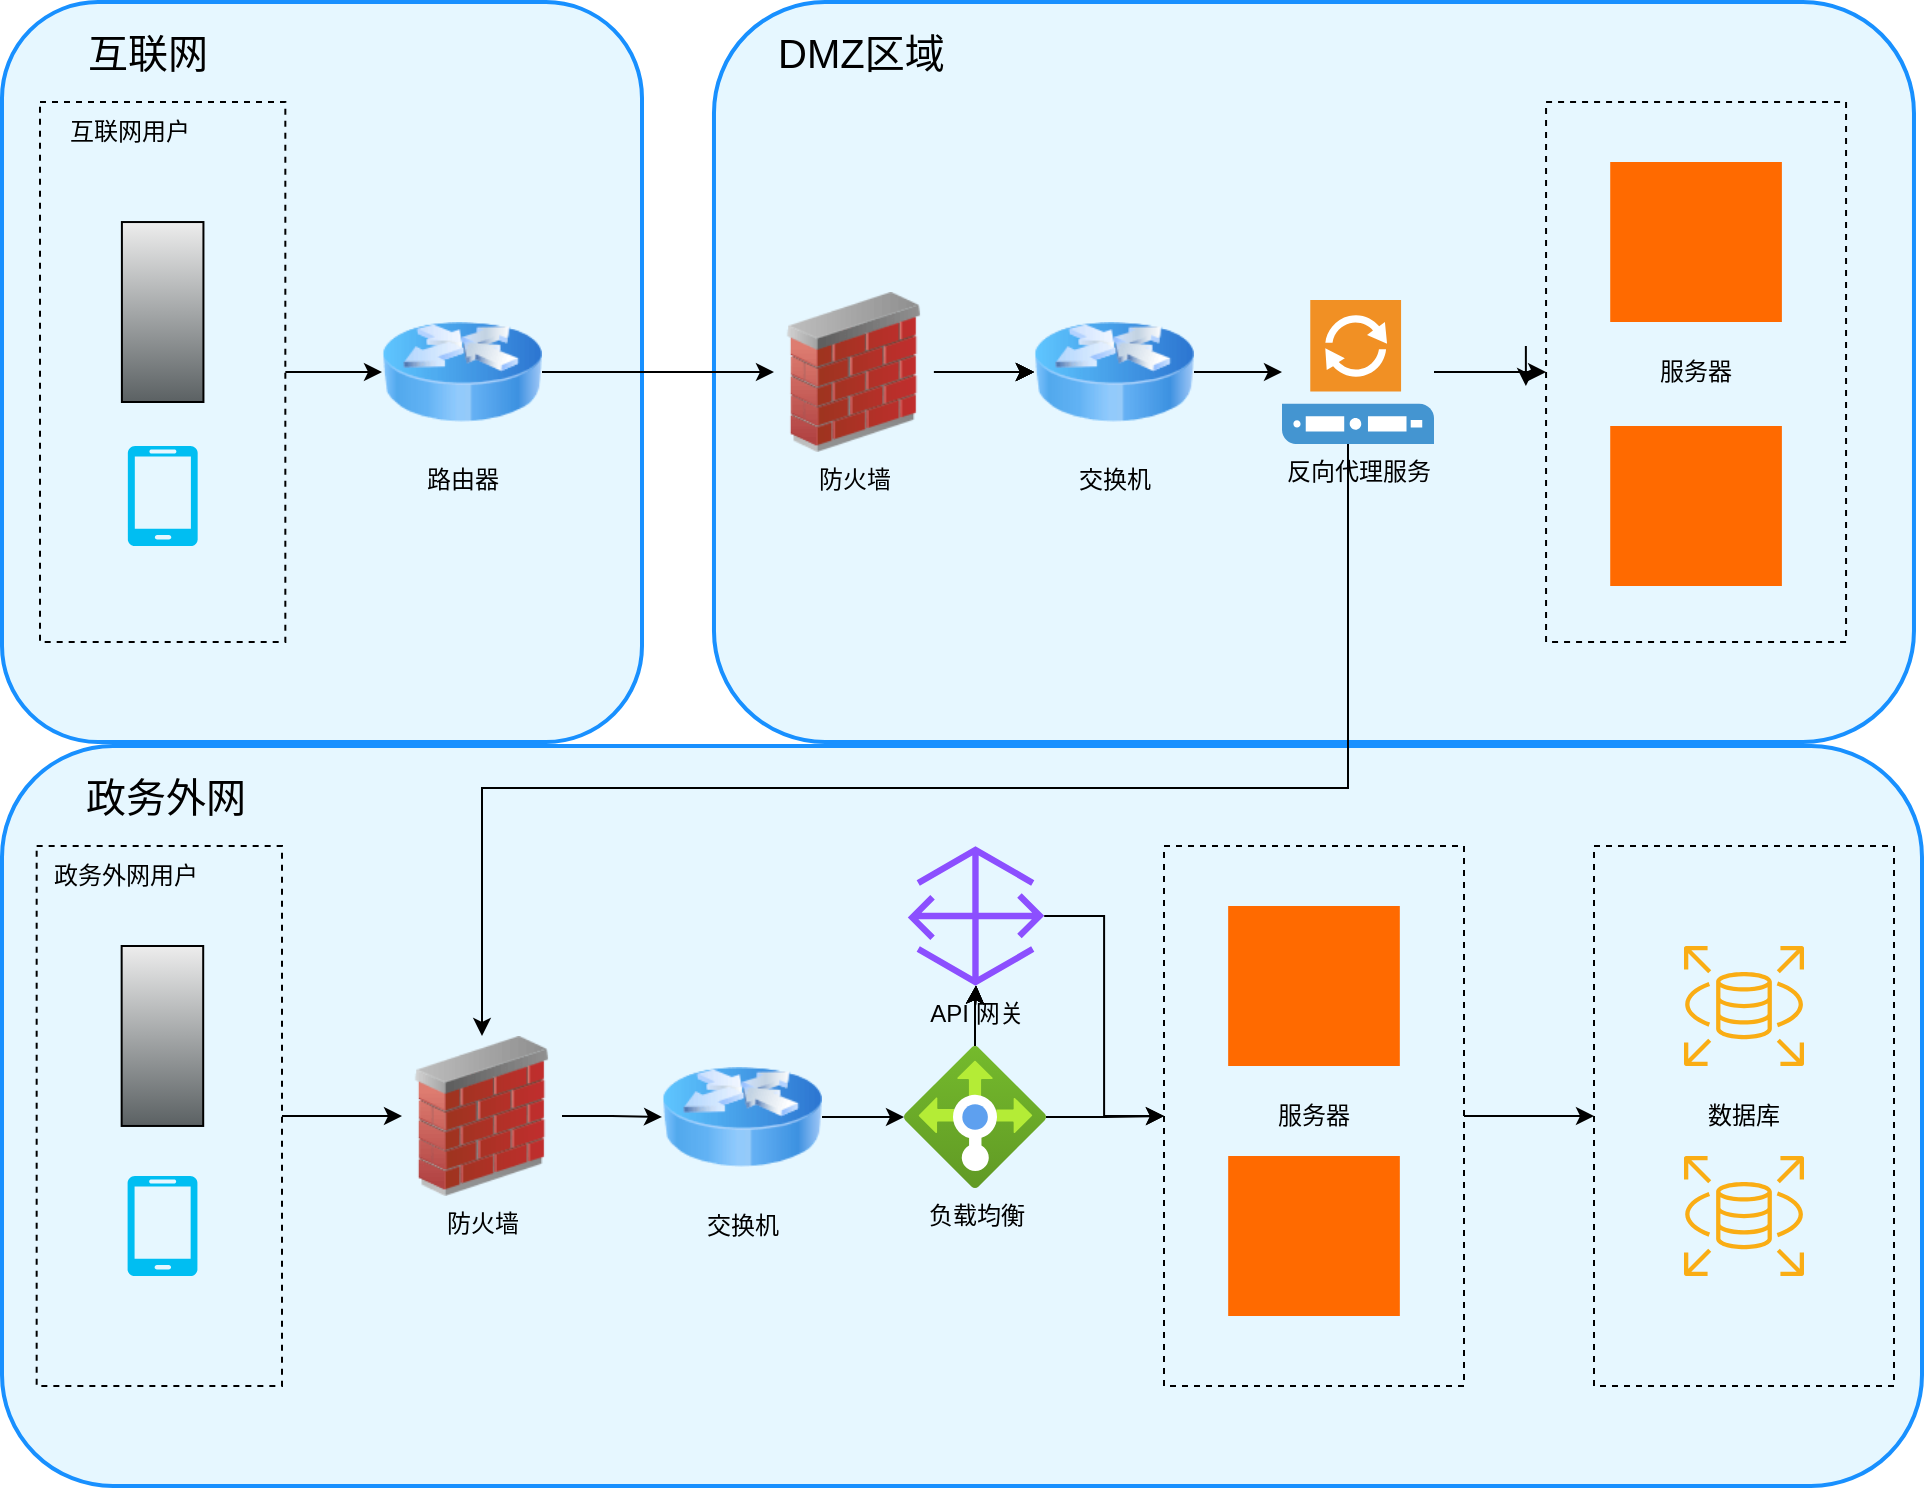
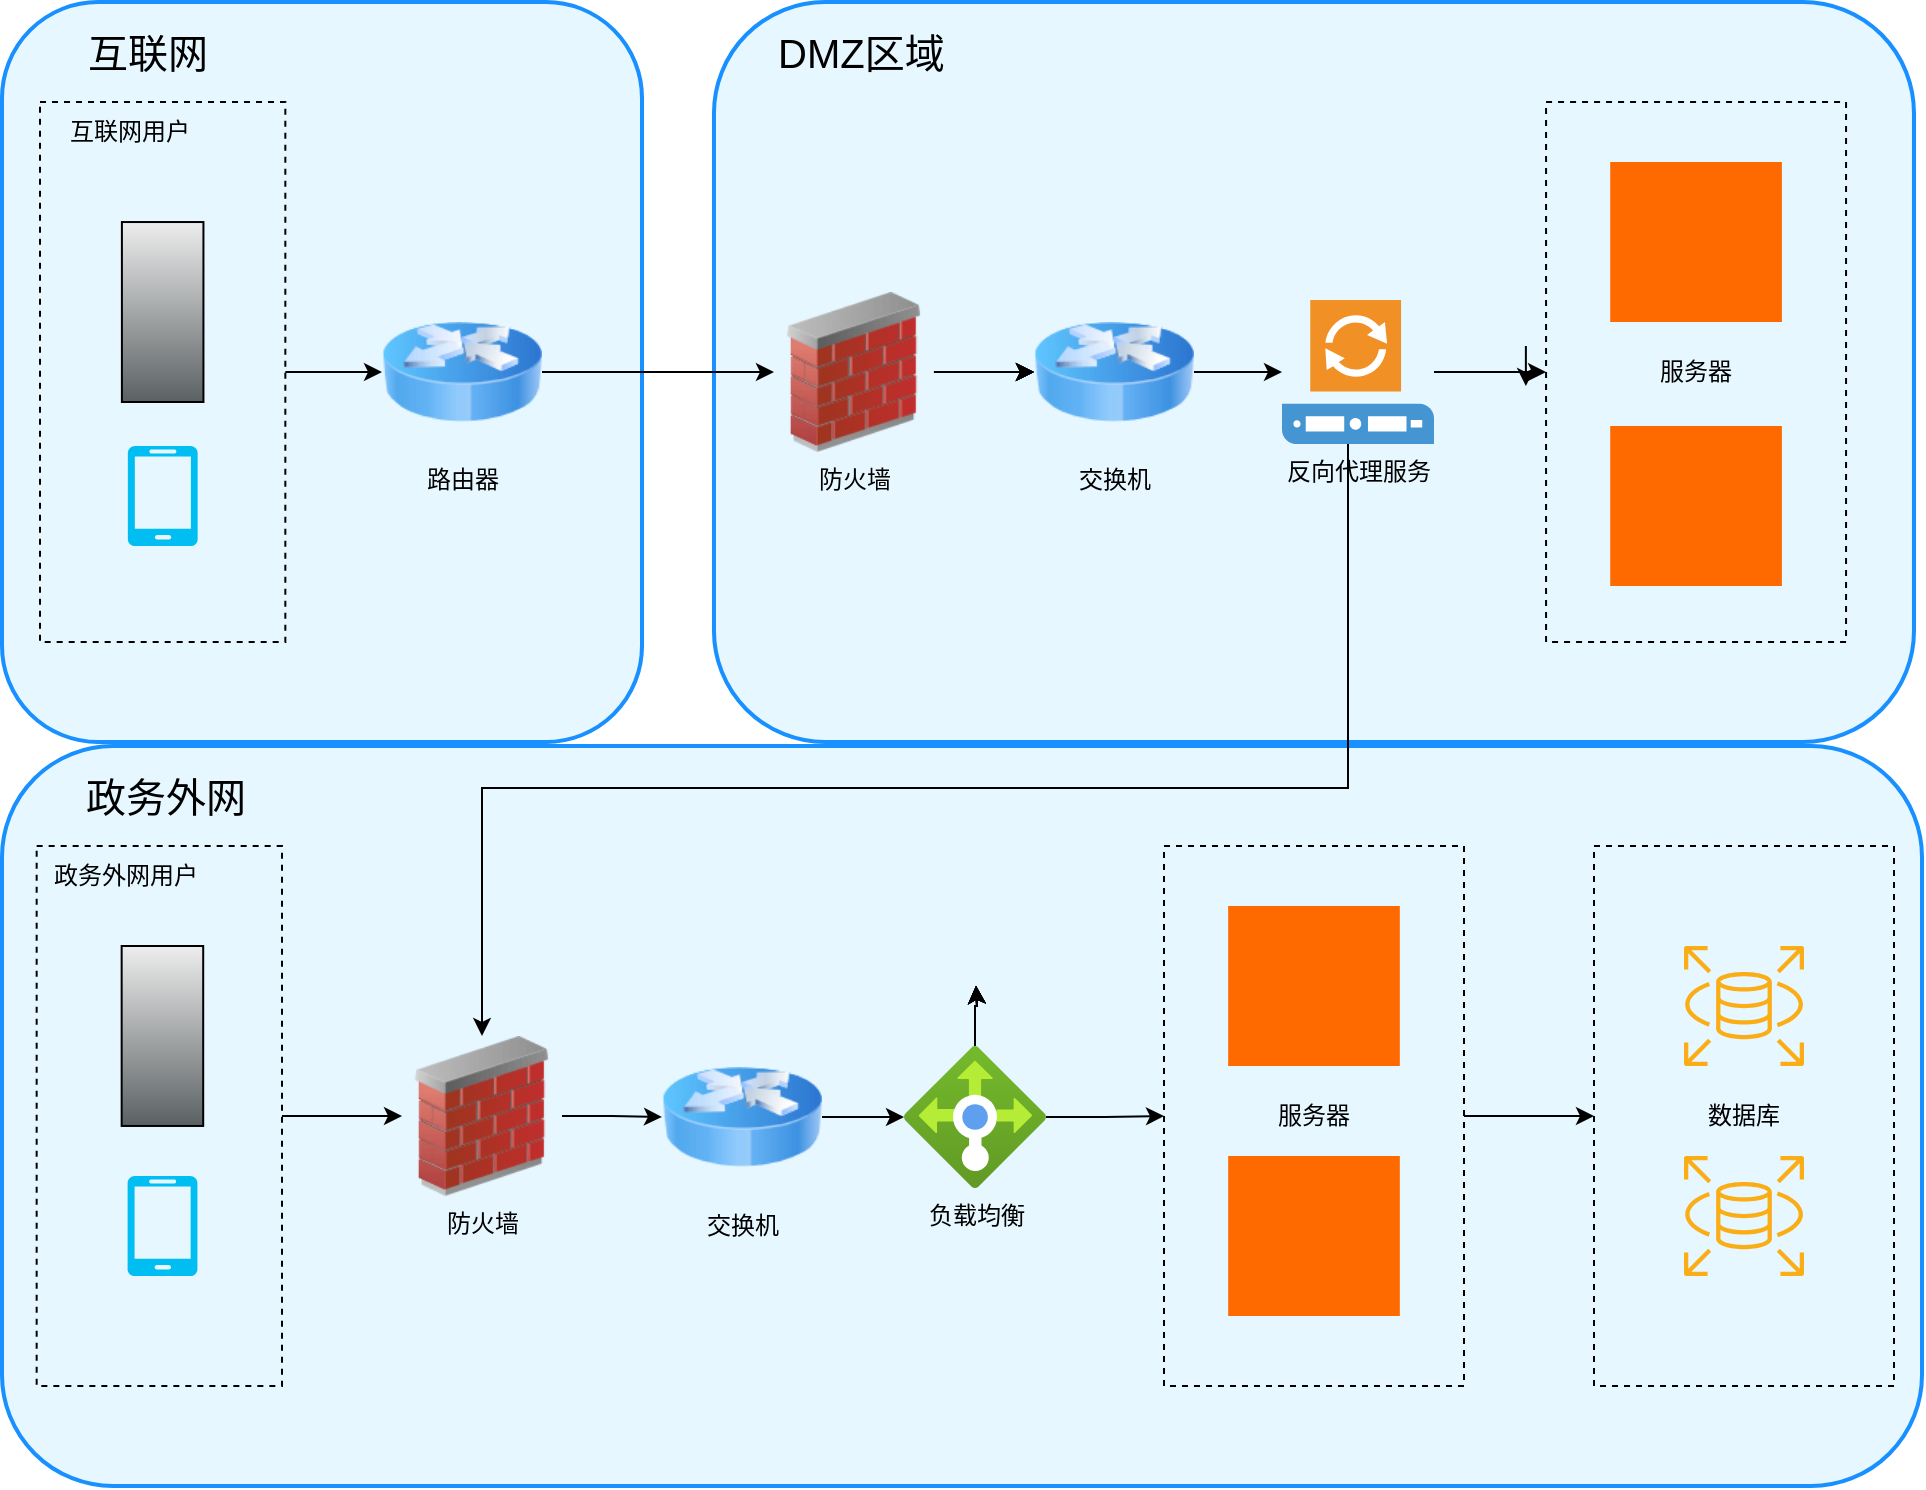
<mxfile host="app.diagrams.net">
  <diagram name="第 1 页" id="D2IiC31BuT-QvLHUgMJ5">
-     <mxGraphModel dx="745" dy="2079" grid="1" gridSize="10" guides="1" tooltips="1" connect="1" arrows="1" fold="1" page="1" pageScale="1" pageWidth="827" pageHeight="1169" math="0" shadow="0">
+     <mxGraphModel dx="745" dy="2096" grid="1" gridSize="10" guides="1" tooltips="1" connect="1" arrows="1" fold="1" page="1" pageScale="1" pageWidth="827" pageHeight="1169" math="0" shadow="0">
      <root>
        <mxCell id="0" />
        <mxCell id="1" parent="0" />
        <mxCell id="P6Ce5vJbtA9BVtcRjQjT-61" parent="1" style="rounded=1;whiteSpace=wrap;html=1;fillColor=light-dark(#E6F7FF,#FFFFFF);strokeColor=#1890ff;strokeWidth=2;" value="" vertex="1">
          <mxGeometry height="370" width="960" x="960" y="359" as="geometry" />
        </mxCell>
        <mxCell id="P6Ce5vJbtA9BVtcRjQjT-62" edge="1" parent="1" source="P6Ce5vJbtA9BVtcRjQjT-63" style="edgeStyle=orthogonalEdgeStyle;rounded=0;orthogonalLoop=1;jettySize=auto;html=1;strokeColor=light-dark(#000000,#000000);" target="P6Ce5vJbtA9BVtcRjQjT-64">
          <mxGeometry relative="1" as="geometry" />
        </mxCell>
        <mxCell id="P6Ce5vJbtA9BVtcRjQjT-63" parent="1" style="rounded=0;whiteSpace=wrap;html=1;fillColor=none;strokeColor=light-dark(#000000,#000000);dashed=1;" value="&lt;font style=&quot;color: light-dark(rgb(0, 0, 0), rgb(0, 0, 0));&quot;&gt;服务器&lt;/font&gt;" vertex="1">
          <mxGeometry height="270" width="150" x="1541" y="409" as="geometry" />
        </mxCell>
        <mxCell id="P6Ce5vJbtA9BVtcRjQjT-64" parent="1" style="rounded=0;whiteSpace=wrap;html=1;fillColor=none;strokeColor=light-dark(#000000,#000000);dashed=1;" value="&lt;font style=&quot;color: light-dark(rgb(0, 0, 0), rgb(0, 0, 0));&quot;&gt;数据库&lt;/font&gt;" vertex="1">
          <mxGeometry height="270" width="150" x="1756" y="409" as="geometry" />
        </mxCell>
        <mxCell id="P6Ce5vJbtA9BVtcRjQjT-65" parent="1" style="shape=mxgraph.aws4.rds;html=1;strokeColor=#000000;fillColor=#faad14;" value="" vertex="1">
          <mxGeometry height="60" width="60" x="1801" y="459" as="geometry" />
        </mxCell>
        <mxCell id="P6Ce5vJbtA9BVtcRjQjT-66" parent="1" style="shape=mxgraph.aws4.rds;html=1;strokeColor=#000000;fillColor=#faad14;" value="" vertex="1">
          <mxGeometry height="60" width="60" x="1801" y="564" as="geometry" />
        </mxCell>
        <mxCell id="P6Ce5vJbtA9BVtcRjQjT-67" edge="1" parent="1" source="P6Ce5vJbtA9BVtcRjQjT-68" style="edgeStyle=orthogonalEdgeStyle;rounded=0;orthogonalLoop=1;jettySize=auto;html=1;entryX=0;entryY=0.5;entryDx=0;entryDy=0;strokeColor=light-dark(#000000,#000000);" target="P6Ce5vJbtA9BVtcRjQjT-73">
          <mxGeometry relative="1" as="geometry" />
        </mxCell>
        <mxCell id="P6Ce5vJbtA9BVtcRjQjT-68" parent="1" style="rounded=0;whiteSpace=wrap;html=1;fillColor=none;strokeColor=light-dark(#000000,#000000);dashed=1;" value="" vertex="1">
          <mxGeometry height="270" width="122.67" x="977.3299999999999" y="409" as="geometry" />
        </mxCell>
        <mxCell id="P6Ce5vJbtA9BVtcRjQjT-69" parent="1" style="shape=mxgraph.networks2.icon;aspect=fixed;fillColor=#EDEDED;strokeColor=#000000;gradientColor=#5B6163;network2IconShadow=1;network2bgFillColor=none;labelPosition=center;verticalLabelPosition=bottom;align=center;verticalAlign=top;network2Icon=mxgraph.networks2.desktop_pc;network2IconXOffset=-0.0034;network2IconYOffset=0.00035;network2IconW=0.453;network2IconH=0.9995;" value="" vertex="1">
          <mxGeometry height="89.98" width="40.77" x="1019.8299999999999" y="459" as="geometry" />
        </mxCell>
        <mxCell id="P6Ce5vJbtA9BVtcRjQjT-70" parent="1" style="text;html=1;whiteSpace=wrap;strokeColor=none;fillColor=none;align=left;verticalAlign=middle;rounded=0;fontSize=20;fontColor=light-dark(#000000,#000000);" value="政务外网" vertex="1">
          <mxGeometry height="50" width="170" x="1000" y="359" as="geometry" />
        </mxCell>
        <mxCell id="P6Ce5vJbtA9BVtcRjQjT-71" parent="1" style="text;html=1;whiteSpace=wrap;strokeColor=none;fillColor=none;align=center;verticalAlign=middle;rounded=0;fontColor=light-dark(#000000,#000000);" value="政务外网用户" vertex="1">
          <mxGeometry height="30" width="90" x="977.33" y="409" as="geometry" />
        </mxCell>
        <mxCell id="P6Ce5vJbtA9BVtcRjQjT-90" edge="1" parent="1" source="P6Ce5vJbtA9BVtcRjQjT-73" style="edgeStyle=orthogonalEdgeStyle;rounded=0;orthogonalLoop=1;jettySize=auto;html=1;entryX=0;entryY=0.5;entryDx=0;entryDy=0;strokeColor=light-dark(#000000,#000000);" target="P6Ce5vJbtA9BVtcRjQjT-89">
          <mxGeometry relative="1" as="geometry" />
        </mxCell>
        <mxCell id="P6Ce5vJbtA9BVtcRjQjT-73" parent="1" style="image;html=1;image=img/lib/clip_art/networking/Firewall_02_128x128.png;labelBackgroundColor=none;" value="&lt;span style=&quot;&quot;&gt;&lt;font style=&quot;color: light-dark(rgb(0, 0, 0), rgb(0, 0, 0));&quot;&gt;防火墙&lt;/font&gt;&lt;/span&gt;" vertex="1">
          <mxGeometry height="80" width="80" x="1160" y="504" as="geometry" />
        </mxCell>
        <mxCell id="P6Ce5vJbtA9BVtcRjQjT-74" edge="1" parent="1" source="P6Ce5vJbtA9BVtcRjQjT-75" style="edgeStyle=orthogonalEdgeStyle;rounded=0;orthogonalLoop=1;jettySize=auto;html=1;entryX=0;entryY=0.5;entryDx=0;entryDy=0;strokeColor=light-dark(#000000,#000000);" target="P6Ce5vJbtA9BVtcRjQjT-63">
          <mxGeometry relative="1" as="geometry" />
        </mxCell>
-         <mxCell id="P6Ce5vJbtA9BVtcRjQjT-80" edge="1" parent="1" source="P6Ce5vJbtA9BVtcRjQjT-75" style="edgeStyle=orthogonalEdgeStyle;rounded=0;orthogonalLoop=1;jettySize=auto;html=1;" target="P6Ce5vJbtA9BVtcRjQjT-79">
-           <mxGeometry relative="1" as="geometry" />
+         <mxCell id="P6Ce5vJbtA9BVtcRjQjT-80" edge="1" parent="1" source="P6Ce5vJbtA9BVtcRjQjT-75" style="edgeStyle=orthogonalEdgeStyle;rounded=0;orthogonalLoop=1;jettySize=auto;html=1;">
+           <mxGeometry relative="1" as="geometry">
+             <mxPoint x="1447" y="478.88956535932493" as="targetPoint" />
+           </mxGeometry>
        </mxCell>
-         <mxCell id="P6Ce5vJbtA9BVtcRjQjT-81" edge="1" parent="1" source="P6Ce5vJbtA9BVtcRjQjT-75" style="edgeStyle=orthogonalEdgeStyle;rounded=0;orthogonalLoop=1;jettySize=auto;html=1;" target="P6Ce5vJbtA9BVtcRjQjT-79">
-           <mxGeometry relative="1" as="geometry" />
+         <mxCell id="P6Ce5vJbtA9BVtcRjQjT-81" edge="1" parent="1" source="P6Ce5vJbtA9BVtcRjQjT-75" style="edgeStyle=orthogonalEdgeStyle;rounded=0;orthogonalLoop=1;jettySize=auto;html=1;">
+           <mxGeometry relative="1" as="geometry">
+             <mxPoint x="1447" y="478.88956535932493" as="targetPoint" />
+           </mxGeometry>
        </mxCell>
-         <mxCell id="P6Ce5vJbtA9BVtcRjQjT-82" edge="1" parent="1" source="P6Ce5vJbtA9BVtcRjQjT-75" style="edgeStyle=orthogonalEdgeStyle;rounded=0;orthogonalLoop=1;jettySize=auto;html=1;" target="P6Ce5vJbtA9BVtcRjQjT-79">
-           <mxGeometry relative="1" as="geometry" />
+         <mxCell id="P6Ce5vJbtA9BVtcRjQjT-82" edge="1" parent="1" source="P6Ce5vJbtA9BVtcRjQjT-75" style="edgeStyle=orthogonalEdgeStyle;rounded=0;orthogonalLoop=1;jettySize=auto;html=1;">
+           <mxGeometry relative="1" as="geometry">
+             <mxPoint x="1447" y="478.88956535932493" as="targetPoint" />
+           </mxGeometry>
        </mxCell>
-         <mxCell id="P6Ce5vJbtA9BVtcRjQjT-83" edge="1" parent="1" source="P6Ce5vJbtA9BVtcRjQjT-75" style="edgeStyle=orthogonalEdgeStyle;rounded=0;orthogonalLoop=1;jettySize=auto;html=1;" target="P6Ce5vJbtA9BVtcRjQjT-79">
-           <mxGeometry relative="1" as="geometry" />
+         <mxCell id="P6Ce5vJbtA9BVtcRjQjT-83" edge="1" parent="1" source="P6Ce5vJbtA9BVtcRjQjT-75" style="edgeStyle=orthogonalEdgeStyle;rounded=0;orthogonalLoop=1;jettySize=auto;html=1;">
+           <mxGeometry relative="1" as="geometry">
+             <mxPoint x="1447" y="478.88956535932493" as="targetPoint" />
+           </mxGeometry>
        </mxCell>
-         <mxCell id="P6Ce5vJbtA9BVtcRjQjT-86" edge="1" parent="1" source="P6Ce5vJbtA9BVtcRjQjT-75" style="edgeStyle=orthogonalEdgeStyle;rounded=0;orthogonalLoop=1;jettySize=auto;html=1;" target="P6Ce5vJbtA9BVtcRjQjT-79">
-           <mxGeometry relative="1" as="geometry" />
-         </mxCell>
-         <mxCell id="P6Ce5vJbtA9BVtcRjQjT-87" edge="1" parent="1" source="P6Ce5vJbtA9BVtcRjQjT-75" style="edgeStyle=orthogonalEdgeStyle;rounded=0;orthogonalLoop=1;jettySize=auto;html=1;strokeColor=light-dark(#000000,#000000);" target="P6Ce5vJbtA9BVtcRjQjT-79">
-           <mxGeometry relative="1" as="geometry" />
+         <mxCell id="P6Ce5vJbtA9BVtcRjQjT-86" edge="1" parent="1" source="P6Ce5vJbtA9BVtcRjQjT-75" style="edgeStyle=orthogonalEdgeStyle;rounded=0;orthogonalLoop=1;jettySize=auto;html=1;">
+           <mxGeometry relative="1" as="geometry">
+             <mxPoint x="1447" y="478.88956535932493" as="targetPoint" />
+           </mxGeometry>
        </mxCell>
        <mxCell id="P6Ce5vJbtA9BVtcRjQjT-75" parent="1" style="image;aspect=fixed;html=1;points=[];align=center;fontSize=12;image=img/lib/azure2/networking/Load_Balancers.svg;fontColor=light-dark(#000000,#000000);labelBackgroundColor=none;" value="&lt;span style=&quot;&quot;&gt;负载&lt;/span&gt;&lt;span&gt;均衡&lt;/span&gt;" vertex="1">
          <mxGeometry height="71" width="71" x="1411" y="509" as="geometry" />
        </mxCell>
        <mxCell id="P6Ce5vJbtA9BVtcRjQjT-76" parent="1" style="points=[];aspect=fixed;html=1;align=center;shadow=0;dashed=0;fillColor=#FF6A00;strokeColor=none;shape=mxgraph.alibaba_cloud.ecs_elastic_compute_service;" value="" vertex="1">
          <mxGeometry height="80" width="85.83" x="1573.08" y="439" as="geometry" />
        </mxCell>
        <mxCell id="P6Ce5vJbtA9BVtcRjQjT-77" parent="1" style="points=[];aspect=fixed;html=1;align=center;shadow=0;dashed=0;fillColor=#FF6A00;strokeColor=none;shape=mxgraph.alibaba_cloud.ecs_elastic_compute_service;" value="" vertex="1">
          <mxGeometry height="80" width="85.83" x="1573.0900000000001" y="564" as="geometry" />
        </mxCell>
        <mxCell id="P6Ce5vJbtA9BVtcRjQjT-78" parent="1" style="verticalLabelPosition=bottom;html=1;verticalAlign=top;align=center;strokeColor=none;fillColor=#00BEF2;shape=mxgraph.azure.mobile;pointerEvents=1;" value="" vertex="1">
          <mxGeometry height="50" width="35" x="1022.71" y="574" as="geometry" />
-         </mxCell>
-         <mxCell id="P6Ce5vJbtA9BVtcRjQjT-84" edge="1" parent="1" source="P6Ce5vJbtA9BVtcRjQjT-79" style="edgeStyle=orthogonalEdgeStyle;rounded=0;orthogonalLoop=1;jettySize=auto;html=1;entryX=0;entryY=0.5;entryDx=0;entryDy=0;strokeColor=light-dark(#000000,#000000);" target="P6Ce5vJbtA9BVtcRjQjT-63">
-           <mxGeometry relative="1" as="geometry" />
-         </mxCell>
-         <mxCell id="P6Ce5vJbtA9BVtcRjQjT-79" parent="1" style="sketch=0;outlineConnect=0;fontColor=#232F3E;gradientColor=none;fillColor=#8C4FFF;strokeColor=none;dashed=0;verticalLabelPosition=bottom;verticalAlign=top;align=center;html=1;fontSize=12;fontStyle=0;aspect=fixed;pointerEvents=1;shape=mxgraph.aws4.gateway;" value="&lt;font style=&quot;color: light-dark(rgb(0, 0, 0), rgb(0, 0, 0));&quot;&gt;API 网关&lt;/font&gt;" vertex="1">
-           <mxGeometry height="70" width="68.2" x="1412.8999999999999" y="409" as="geometry" />
        </mxCell>
        <mxCell id="P6Ce5vJbtA9BVtcRjQjT-91" edge="1" parent="1" source="P6Ce5vJbtA9BVtcRjQjT-89" style="edgeStyle=orthogonalEdgeStyle;rounded=0;orthogonalLoop=1;jettySize=auto;html=1;strokeColor=light-dark(#000000,#000000);" target="P6Ce5vJbtA9BVtcRjQjT-75">
          <mxGeometry relative="1" as="geometry" />
        </mxCell>
        <mxCell id="P6Ce5vJbtA9BVtcRjQjT-89" parent="1" style="image;html=1;image=img/lib/clip_art/networking/Router_Icon_128x128.png;labelBackgroundColor=none;" value="&lt;font style=&quot;color: light-dark(rgb(0, 0, 0), rgb(0, 0, 0));&quot;&gt;交换机&lt;/font&gt;" vertex="1">
          <mxGeometry height="80" width="80" x="1290" y="504.5" as="geometry" />
        </mxCell>
        <mxCell id="P6Ce5vJbtA9BVtcRjQjT-92" parent="1" style="rounded=1;whiteSpace=wrap;html=1;fillColor=light-dark(#E6F7FF,#FFFFFF);strokeColor=#1890ff;strokeWidth=2;" value="" vertex="1">
          <mxGeometry height="370" width="600" x="1315.99" y="-13" as="geometry" />
        </mxCell>
        <mxCell id="P6Ce5vJbtA9BVtcRjQjT-93" parent="1" style="text;html=1;whiteSpace=wrap;strokeColor=none;fillColor=none;align=left;verticalAlign=middle;rounded=0;fontSize=20;fontColor=light-dark(#000000,#000000);" value="DMZ区域" vertex="1">
          <mxGeometry height="50" width="170" x="1345.99" y="-13" as="geometry" />
        </mxCell>
        <mxCell id="P6Ce5vJbtA9BVtcRjQjT-115" edge="1" parent="1" source="P6Ce5vJbtA9BVtcRjQjT-95" style="edgeStyle=orthogonalEdgeStyle;rounded=0;orthogonalLoop=1;jettySize=auto;html=1;entryX=0;entryY=0.5;entryDx=0;entryDy=0;fontColor=light-dark(#000000,#000000);" target="P6Ce5vJbtA9BVtcRjQjT-113">
          <mxGeometry relative="1" as="geometry" />
        </mxCell>
        <mxCell id="P6Ce5vJbtA9BVtcRjQjT-117" edge="1" parent="1" source="P6Ce5vJbtA9BVtcRjQjT-95" style="edgeStyle=orthogonalEdgeStyle;rounded=0;orthogonalLoop=1;jettySize=auto;html=1;entryX=0;entryY=0.5;entryDx=0;entryDy=0;fontColor=light-dark(#000000,#000000);" target="P6Ce5vJbtA9BVtcRjQjT-113">
          <mxGeometry relative="1" as="geometry" />
        </mxCell>
        <mxCell id="P6Ce5vJbtA9BVtcRjQjT-118" edge="1" parent="1" source="P6Ce5vJbtA9BVtcRjQjT-95" style="edgeStyle=orthogonalEdgeStyle;rounded=0;orthogonalLoop=1;jettySize=auto;html=1;entryX=0;entryY=0.5;entryDx=0;entryDy=0;" target="P6Ce5vJbtA9BVtcRjQjT-113">
          <mxGeometry relative="1" as="geometry" />
        </mxCell>
        <mxCell id="P6Ce5vJbtA9BVtcRjQjT-119" edge="1" parent="1" source="P6Ce5vJbtA9BVtcRjQjT-95" style="edgeStyle=orthogonalEdgeStyle;rounded=0;orthogonalLoop=1;jettySize=auto;html=1;" target="P6Ce5vJbtA9BVtcRjQjT-113" value="">
          <mxGeometry relative="1" as="geometry" />
        </mxCell>
        <mxCell id="P6Ce5vJbtA9BVtcRjQjT-120" edge="1" parent="1" source="P6Ce5vJbtA9BVtcRjQjT-95" style="edgeStyle=orthogonalEdgeStyle;rounded=0;orthogonalLoop=1;jettySize=auto;html=1;strokeColor=light-dark(#000000,#000000);" target="P6Ce5vJbtA9BVtcRjQjT-113">
          <mxGeometry relative="1" as="geometry" />
        </mxCell>
        <mxCell id="P6Ce5vJbtA9BVtcRjQjT-95" parent="1" style="image;html=1;image=img/lib/clip_art/networking/Firewall_02_128x128.png;labelBackgroundColor=none;" value="&lt;span style=&quot;&quot;&gt;&lt;font style=&quot;color: light-dark(rgb(0, 0, 0), rgb(0, 0, 0));&quot;&gt;防火墙&lt;/font&gt;&lt;/span&gt;" vertex="1">
          <mxGeometry height="80" width="80" x="1345.99" y="132" as="geometry" />
        </mxCell>
        <mxCell id="P6Ce5vJbtA9BVtcRjQjT-123" edge="1" parent="1" source="P6Ce5vJbtA9BVtcRjQjT-98" style="edgeStyle=orthogonalEdgeStyle;rounded=0;orthogonalLoop=1;jettySize=auto;html=1;entryX=0;entryY=0.5;entryDx=0;entryDy=0;strokeColor=light-dark(#000000,#000000);" target="P6Ce5vJbtA9BVtcRjQjT-109">
          <mxGeometry relative="1" as="geometry" />
        </mxCell>
        <mxCell id="P6Ce5vJbtA9BVtcRjQjT-127" edge="1" parent="1" source="P6Ce5vJbtA9BVtcRjQjT-98" style="edgeStyle=orthogonalEdgeStyle;rounded=0;orthogonalLoop=1;jettySize=auto;html=1;entryX=0.5;entryY=0;entryDx=0;entryDy=0;strokeColor=light-dark(#000000,#000000);" target="P6Ce5vJbtA9BVtcRjQjT-73">
          <mxGeometry relative="1" as="geometry">
            <Array as="points">
              <mxPoint x="1633" y="380" />
              <mxPoint x="1200" y="380" />
            </Array>
          </mxGeometry>
        </mxCell>
        <mxCell id="P6Ce5vJbtA9BVtcRjQjT-98" parent="1" style="shadow=0;dashed=0;html=1;strokeColor=none;fillColor=#4495D1;labelPosition=center;verticalLabelPosition=bottom;verticalAlign=top;align=center;outlineConnect=0;shape=mxgraph.veeam.proxy_server;fontColor=light-dark(#000000,#000000);" value="反向代理服务" vertex="1">
          <mxGeometry height="72" width="76" x="1600" y="136" as="geometry" />
        </mxCell>
        <mxCell id="P6Ce5vJbtA9BVtcRjQjT-100" parent="1" style="rounded=1;whiteSpace=wrap;html=1;fillColor=light-dark(#E6F7FF,#FFFFFF);strokeColor=#1890ff;strokeWidth=2;" value="" vertex="1">
          <mxGeometry height="370" width="320" x="960" y="-13" as="geometry" />
        </mxCell>
        <mxCell id="P6Ce5vJbtA9BVtcRjQjT-101" parent="1" style="text;html=1;whiteSpace=wrap;strokeColor=none;fillColor=none;align=left;verticalAlign=middle;rounded=0;fontSize=20;fontColor=light-dark(#000000,#000000);" value="互联网" vertex="1">
          <mxGeometry height="50" width="140" x="1001.1" y="-13" as="geometry" />
        </mxCell>
        <mxCell id="P6Ce5vJbtA9BVtcRjQjT-125" edge="1" parent="1" source="P6Ce5vJbtA9BVtcRjQjT-103" style="edgeStyle=orthogonalEdgeStyle;rounded=0;orthogonalLoop=1;jettySize=auto;html=1;exitX=1;exitY=0.5;exitDx=0;exitDy=0;entryX=0;entryY=0.5;entryDx=0;entryDy=0;strokeColor=light-dark(#000000,#000000);" target="P6Ce5vJbtA9BVtcRjQjT-124">
          <mxGeometry relative="1" as="geometry" />
        </mxCell>
        <mxCell id="P6Ce5vJbtA9BVtcRjQjT-103" parent="1" style="rounded=0;whiteSpace=wrap;html=1;fillColor=none;strokeColor=light-dark(#000000,#000000);dashed=1;" value="" vertex="1">
          <mxGeometry height="270" width="122.67" x="979" y="37" as="geometry" />
        </mxCell>
        <mxCell id="P6Ce5vJbtA9BVtcRjQjT-105" parent="1" style="shape=mxgraph.networks2.icon;aspect=fixed;fillColor=#EDEDED;strokeColor=#000000;gradientColor=#5B6163;network2IconShadow=1;network2bgFillColor=none;labelPosition=center;verticalLabelPosition=bottom;align=center;verticalAlign=top;network2Icon=mxgraph.networks2.desktop_pc;network2IconXOffset=-0.0034;network2IconYOffset=0.00035;network2IconW=0.453;network2IconH=0.9995;" value="" vertex="1">
          <mxGeometry height="89.98" width="40.77" x="1019.9499999999998" y="97.02000000000001" as="geometry" />
        </mxCell>
        <mxCell id="P6Ce5vJbtA9BVtcRjQjT-106" parent="1" style="verticalLabelPosition=bottom;html=1;verticalAlign=top;align=center;strokeColor=none;fillColor=#00BEF2;shape=mxgraph.azure.mobile;pointerEvents=1;" value="" vertex="1">
          <mxGeometry height="50" width="35" x="1022.8299999999999" y="209" as="geometry" />
        </mxCell>
        <mxCell id="P6Ce5vJbtA9BVtcRjQjT-107" parent="1" style="text;html=1;whiteSpace=wrap;strokeColor=none;fillColor=none;align=center;verticalAlign=middle;rounded=0;fontColor=light-dark(#000000,#000000);" value="互联网用户" vertex="1">
          <mxGeometry height="30" width="90" x="979" y="37" as="geometry" />
        </mxCell>
        <mxCell id="P6Ce5vJbtA9BVtcRjQjT-109" parent="1" style="rounded=0;whiteSpace=wrap;html=1;fillColor=none;strokeColor=light-dark(#000000,#000000);dashed=1;" value="&lt;font style=&quot;color: light-dark(rgb(0, 0, 0), rgb(0, 0, 0));&quot;&gt;服务器&lt;/font&gt;" vertex="1">
          <mxGeometry height="270" width="150" x="1732.03" y="37" as="geometry" />
        </mxCell>
        <mxCell id="P6Ce5vJbtA9BVtcRjQjT-110" parent="1" style="points=[];aspect=fixed;html=1;align=center;shadow=0;dashed=0;fillColor=#FF6A00;strokeColor=none;shape=mxgraph.alibaba_cloud.ecs_elastic_compute_service;" value="" vertex="1">
          <mxGeometry height="80" width="85.83" x="1764.11" y="67" as="geometry" />
        </mxCell>
        <mxCell id="P6Ce5vJbtA9BVtcRjQjT-112" parent="1" style="points=[];aspect=fixed;html=1;align=center;shadow=0;dashed=0;fillColor=#FF6A00;strokeColor=none;shape=mxgraph.alibaba_cloud.ecs_elastic_compute_service;" value="" vertex="1">
          <mxGeometry height="80" width="85.83" x="1764.11" y="199" as="geometry" />
        </mxCell>
        <mxCell id="P6Ce5vJbtA9BVtcRjQjT-121" edge="1" parent="1" source="P6Ce5vJbtA9BVtcRjQjT-113" style="edgeStyle=orthogonalEdgeStyle;rounded=0;orthogonalLoop=1;jettySize=auto;html=1;strokeColor=light-dark(#000000,#000000);" target="P6Ce5vJbtA9BVtcRjQjT-98">
          <mxGeometry relative="1" as="geometry" />
        </mxCell>
        <mxCell id="P6Ce5vJbtA9BVtcRjQjT-113" parent="1" style="image;html=1;image=img/lib/clip_art/networking/Router_Icon_128x128.png;labelBackgroundColor=none;" value="&lt;font style=&quot;color: light-dark(rgb(0, 0, 0), rgb(0, 0, 0));&quot;&gt;交换机&lt;/font&gt;" vertex="1">
          <mxGeometry height="80" width="80" x="1475.99" y="132" as="geometry" />
        </mxCell>
        <mxCell id="P6Ce5vJbtA9BVtcRjQjT-122" edge="1" parent="1" style="edgeStyle=orthogonalEdgeStyle;rounded=0;orthogonalLoop=1;jettySize=auto;html=1;">
          <mxGeometry relative="1" as="geometry">
            <mxPoint x="1721.94" y="159" as="sourcePoint" />
            <mxPoint x="1721.94" y="179" as="targetPoint" />
          </mxGeometry>
        </mxCell>
        <mxCell id="P6Ce5vJbtA9BVtcRjQjT-126" edge="1" parent="1" source="P6Ce5vJbtA9BVtcRjQjT-124" style="edgeStyle=orthogonalEdgeStyle;rounded=0;orthogonalLoop=1;jettySize=auto;html=1;entryX=0;entryY=0.5;entryDx=0;entryDy=0;strokeColor=light-dark(#000000,#000000);" target="P6Ce5vJbtA9BVtcRjQjT-95">
          <mxGeometry relative="1" as="geometry" />
        </mxCell>
        <mxCell id="P6Ce5vJbtA9BVtcRjQjT-124" parent="1" style="image;html=1;image=img/lib/clip_art/networking/Router_Icon_128x128.png;labelBackgroundColor=none;" value="&lt;font style=&quot;color: light-dark(rgb(0, 0, 0), rgb(0, 0, 0));&quot;&gt;路由器&lt;/font&gt;" vertex="1">
          <mxGeometry height="80" width="80" x="1150" y="132" as="geometry" />
        </mxCell>
      </root>
    </mxGraphModel>
  </diagram>
</mxfile>
